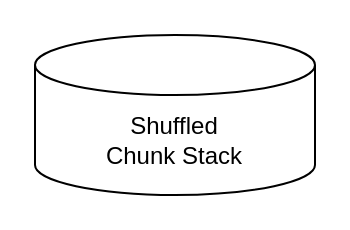
Above: page "Page-2" (2 of 2) of SoundCloudScraper.drawio in EricOrrDev/Diagrams (draw.io), before the change. Source tidied: cells renumbered, new cells numbered last; positions are measured from the earlier drawing's top-left corner, leaving out a move shared by most shapes. Both pictures are drawn from the tidied source at 200%, with x=0, y=0 at pixel (34, 34).
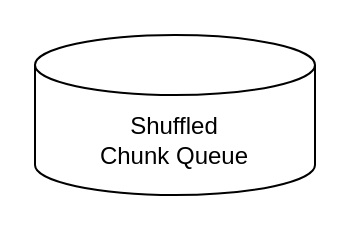
The same page after the edit.

What changed in the source:
```diff
@@
 <mxGraphModel>
   <root>
     <mxCell id="0" />
     <mxCell id="1" parent="0" />
-    <mxCell id="2" value="&lt;div&gt;Shuffled&lt;/div&gt;&lt;div&gt;Chunk Stack&lt;/div&gt;" style="shape=cylinder3;whiteSpace=wrap;html=1;boundedLbl=1;backgroundOutline=1;size=15;" parent="1" vertex="1">
+    <mxCell id="2" value="&lt;div&gt;Shuffled&lt;/div&gt;&lt;div&gt;Chunk Queue&lt;br&gt;&lt;/div&gt;" style="shape=cylinder3;whiteSpace=wrap;html=1;boundedLbl=1;backgroundOutline=1;size=15;" parent="1" vertex="1">
       <mxGeometry width="140" height="80" as="geometry" />
     </mxCell>
   </root>
 </mxGraphModel>
```
